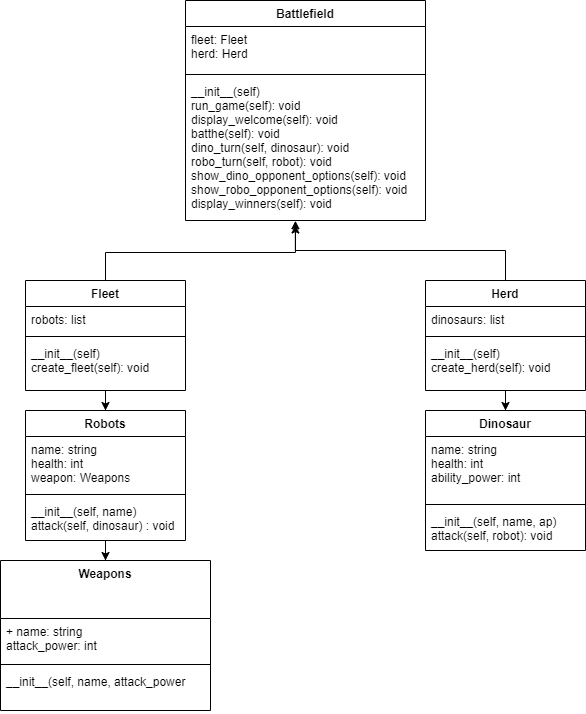
Before: documents/UML.drawio.png, a diagram exported from draw.io (CamAveryH/RobotsVsDinosaurs). Source tidied: cells renumbered, new cells last; positions are measured from the earlier drawing's top-left corner, leaving out a move shared by most shapes.
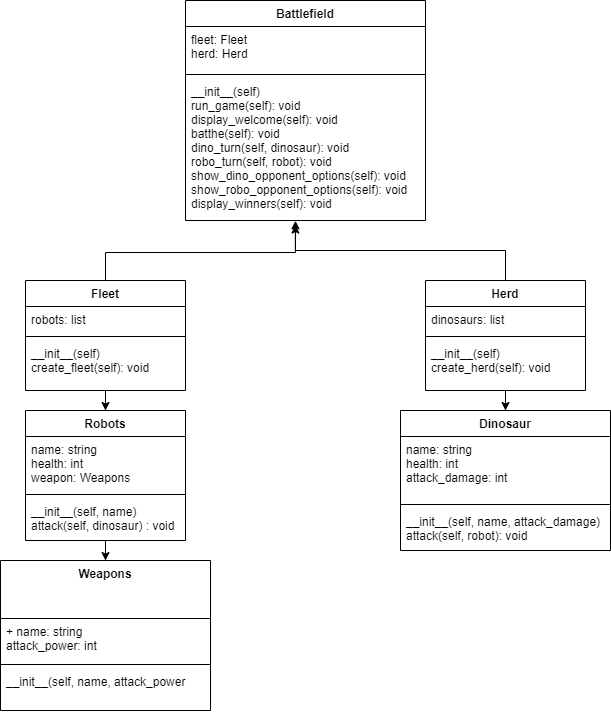
The same file after the commit.

Commit message:
fixed an issue in my UML where I used 'ability power' in place of 'attack damage' under the dinosaur block.  Reverting this change leads to more clarity

Diff of the diagram source:
```diff
@@ -60,16 +60,16 @@
       <mxGeometry y="78" width="240" height="142" as="geometry" />
     </mxCell>
     <mxCell id="21" value="Dinosaur" style="swimlane;fontStyle=1;align=center;verticalAlign=top;horizontal=1;startSize=26;" parent="1" vertex="1">
-      <mxGeometry x="425" y="410" width="160" height="140" as="geometry" />
+      <mxGeometry x="400" y="410" width="210" height="140" as="geometry" />
     </mxCell>
-    <mxCell id="22" value="name: string&#10;health: int&#10;ability_power: int" style="text;strokeColor=none;fillColor=none;align=left;verticalAlign=top;spacingLeft=4;spacingRight=4;overflow=hidden;" parent="21" vertex="1">
-      <mxGeometry y="26" width="160" height="64" as="geometry" />
+    <mxCell id="22" value="name: string&#10;health: int&#10;attack_damage: int" style="text;strokeColor=none;fillColor=none;align=left;verticalAlign=top;spacingLeft=4;spacingRight=4;overflow=hidden;" parent="21" vertex="1">
+      <mxGeometry y="26" width="210" height="64" as="geometry" />
     </mxCell>
     <mxCell id="23" style="line;strokeWidth=1;fillColor=none;align=left;verticalAlign=middle;spacingTop=-1;spacingLeft=3;spacingRight=3;labelPosition=right;" parent="21" vertex="1">
-      <mxGeometry y="90" width="160" height="8" as="geometry" />
+      <mxGeometry y="90" width="210" height="8" as="geometry" />
     </mxCell>
-    <mxCell id="24" value="__init__(self, name, ap)&#10;attack(self, robot): void" style="text;strokeColor=none;fillColor=none;align=left;verticalAlign=top;spacingLeft=4;spacingRight=4;overflow=hidden;" parent="21" vertex="1">
-      <mxGeometry y="98" width="160" height="42" as="geometry" />
+    <mxCell id="24" value="__init__(self, name, attack_damage)&#10;attack(self, robot): void" style="text;strokeColor=none;fillColor=none;align=left;verticalAlign=top;spacingLeft=4;spacingRight=4;overflow=hidden;" parent="21" vertex="1">
+      <mxGeometry y="98" width="210" height="42" as="geometry" />
     </mxCell>
     <mxCell id="25" style="edgeStyle=orthogonalEdgeStyle;rounded=0;jettySize=auto;html=1;entryX=0.5;entryY=0;entryDx=0;entryDy=0;" parent="1" edge="1" source="27" target="21">
       <mxGeometry relative="1" as="geometry" />
```
